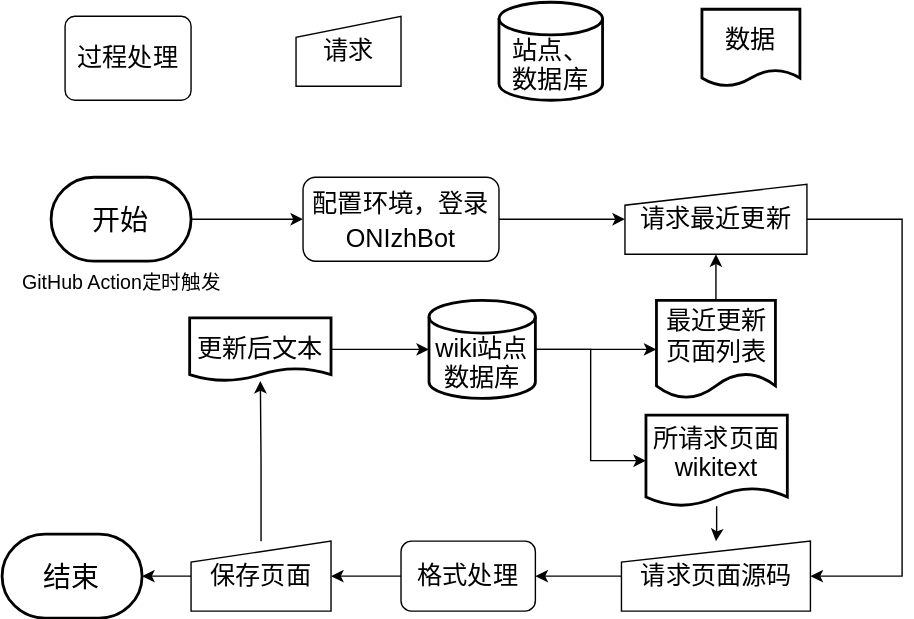
The draw.io diagram workflow_auto-format.drawio.svg in ONI-Wiki-zh/workflow-summary, before a commit. Source tidied: cells renumbered, new cells last; positions are measured from the earlier drawing's top-left corner, leaving out a move shared by most shapes.
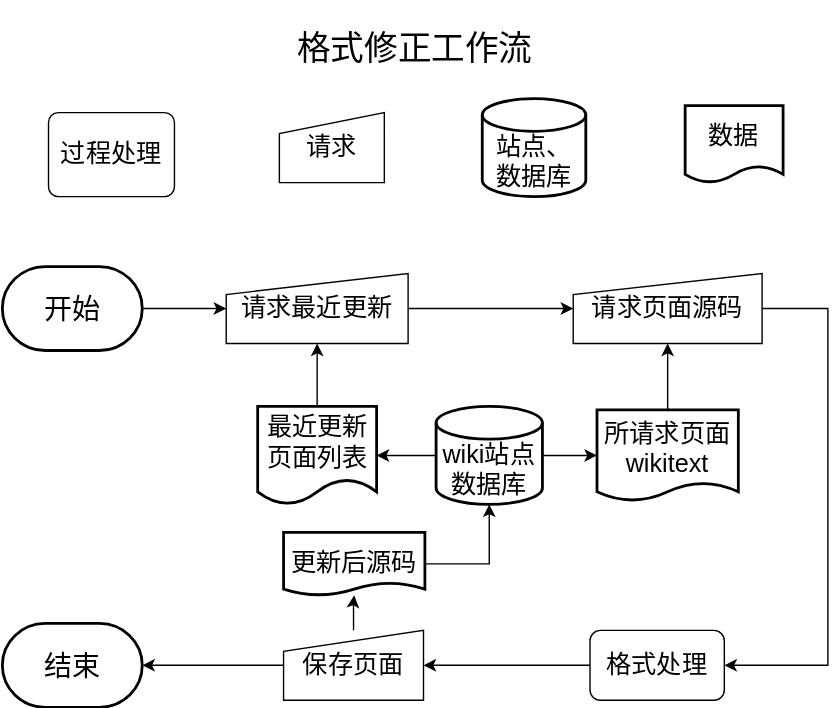
Above is the later version.

Commit message:
update auto-format diagram

Diff of the diagram source:
```diff
@@ -9,68 +9,60 @@
       <mxGeometry relative="1" as="geometry" />
     </mxCell>
     <mxCell id="4" value="&lt;font style=&quot;font-size: 18px;&quot;&gt;wiki站点数据库&lt;/font&gt;" style="strokeWidth=2;html=1;shape=mxgraph.flowchart.database;whiteSpace=wrap;verticalAlign=bottom;" parent="1" vertex="1">
-      <mxGeometry x="305" y="213" width="76" height="70" as="geometry" />
+      <mxGeometry x="320" y="275" width="76" height="70" as="geometry" />
     </mxCell>
-    <mxCell id="5" style="edgeStyle=orthogonalEdgeStyle;rounded=0;jettySize=auto;html=1;" parent="1" edge="1" source="6" target="15">
-      <mxGeometry relative="1" as="geometry" />
-    </mxCell>
+    <mxCell id="30" style="edgeStyle=orthogonalEdgeStyle;rounded=0;jettySize=auto;html=1;" parent="1" edge="1" source="6" target="10">
+      <mxGeometry relative="1" as="geometry" />
+    </mxCell>
     <mxCell id="6" value="开始" style="strokeWidth=2;html=1;shape=mxgraph.flowchart.terminator;whiteSpace=wrap;fontSize=20;" parent="1" vertex="1">
-      <mxGeometry x="35" y="125" width="100" height="60" as="geometry" />
+      <mxGeometry x="10" y="175" width="100" height="60" as="geometry" />
     </mxCell>
     <mxCell id="7" value="&lt;font style=&quot;font-size: 18px;&quot;&gt;过程处理&lt;/font&gt;" style="rounded=1;whiteSpace=wrap;html=1;absoluteArcSize=1;arcSize=14;strokeWidth=1;" parent="1" vertex="1">
-      <mxGeometry x="45" y="10" width="90" height="60" as="geometry" />
+      <mxGeometry x="43" y="65" width="90" height="60" as="geometry" />
     </mxCell>
     <mxCell id="8" value="&lt;font style=&quot;font-size: 18px;&quot;&gt;站点、&lt;br&gt;数据库&lt;/font&gt;" style="strokeWidth=2;html=1;shape=mxgraph.flowchart.database;whiteSpace=wrap;verticalAlign=bottom;labelPosition=center;verticalLabelPosition=middle;align=center;" parent="1" vertex="1">
-      <mxGeometry x="355" width="74" height="70" as="geometry" />
+      <mxGeometry x="353" y="55" width="74" height="70" as="geometry" />
     </mxCell>
     <mxCell id="9" style="edgeStyle=orthogonalEdgeStyle;rounded=0;jettySize=auto;html=1;" parent="1" edge="1" source="10" target="17">
-      <mxGeometry relative="1" as="geometry">
-        <Array as="points">
-          <mxPoint x="643" y="155" />
-        </Array>
-      </mxGeometry>
+      <mxGeometry relative="1" as="geometry" />
     </mxCell>
     <mxCell id="10" value="&lt;font style=&quot;font-size: 18px;&quot;&gt;请求最近更新&lt;/font&gt;" style="shape=manualInput;whiteSpace=wrap;html=1;dashed=0;size=15;" parent="1" vertex="1">
-      <mxGeometry x="445" y="130" width="130" height="50" as="geometry" />
+      <mxGeometry x="170" y="180" width="130" height="50" as="geometry" />
     </mxCell>
-    <mxCell id="11" style="edgeStyle=orthogonalEdgeStyle;rounded=0;jettySize=auto;html=1;" parent="1" edge="1" source="12" target="10">
+    <mxCell id="11" style="edgeStyle=orthogonalEdgeStyle;rounded=0;jettySize=auto;html=1;entryX=0.5;entryY=1;entryDx=0;entryDy=0;" parent="1" edge="1" source="12" target="10">
       <mxGeometry relative="1" as="geometry" />
     </mxCell>
     <mxCell id="12" value="&lt;font style=&quot;font-size: 18px;&quot;&gt;最近更新页面列表&lt;/font&gt;" style="shape=document;whiteSpace=wrap;html=1;boundedLbl=1;strokeWidth=2;size=0.2571428571428571;" parent="1" vertex="1">
-      <mxGeometry x="467.5" y="213" width="85" height="70" as="geometry" />
+      <mxGeometry x="192.5" y="275" width="85" height="70" as="geometry" />
     </mxCell>
-    <mxCell id="13" value="&lt;font style=&quot;font-size: 14px;&quot;&gt;GitHub Action定时触发&lt;/font&gt;" style="text;html=1;align=center;verticalAlign=middle;strokeColor=none;fillColor=none;" parent="1" vertex="1">
-      <mxGeometry y="185" width="170" height="30" as="geometry" />
-    </mxCell>
-    <mxCell id="14" style="edgeStyle=orthogonalEdgeStyle;rounded=0;jettySize=auto;html=1;" parent="1" edge="1" source="15" target="10">
-      <mxGeometry relative="1" as="geometry" />
-    </mxCell>
-    <mxCell id="15" value="&lt;font style=&quot;font-size: 18px;&quot;&gt;配置环境，登录ONIzhBot&lt;/font&gt;" style="rounded=1;whiteSpace=wrap;html=1;fontSize=20;strokeWidth=1;" parent="1" vertex="1">
-      <mxGeometry x="215" y="125" width="140" height="60" as="geometry" />
-    </mxCell>
-    <mxCell id="16" style="edgeStyle=orthogonalEdgeStyle;rounded=0;jettySize=auto;html=1;" parent="1" edge="1" source="17" target="22">
-      <mxGeometry relative="1" as="geometry" />
+    <mxCell id="16" style="edgeStyle=orthogonalEdgeStyle;rounded=0;jettySize=auto;html=1;entryX=1;entryY=0.5;entryDx=0;entryDy=0;" parent="1" edge="1" source="17" target="22">
+      <mxGeometry relative="1" as="geometry">
+        <Array as="points">
+          <mxPoint x="600" y="205" />
+          <mxPoint x="600" y="460" />
+        </Array>
+      </mxGeometry>
     </mxCell>
     <mxCell id="17" value="&lt;font style=&quot;font-size: 18px;&quot;&gt;请求页面源码&lt;/font&gt;" style="shape=manualInput;whiteSpace=wrap;html=1;dashed=0;size=15;" parent="1" vertex="1">
-      <mxGeometry x="442.5" y="385" width="135" height="50" as="geometry" />
+      <mxGeometry x="418" y="180" width="135" height="50" as="geometry" />
     </mxCell>
-    <mxCell id="18" style="edgeStyle=orthogonalEdgeStyle;rounded=0;jettySize=auto;html=1;entryX=0.5;entryY=0;entryDx=0;entryDy=0;" parent="1" edge="1" source="19" target="17">
+    <mxCell id="18" style="edgeStyle=orthogonalEdgeStyle;rounded=0;jettySize=auto;html=1;" parent="1" edge="1" source="19" target="17">
       <mxGeometry relative="1" as="geometry" />
     </mxCell>
     <mxCell id="19" value="&lt;font style=&quot;font-size: 18px;&quot;&gt;所请求页面wikitext&lt;/font&gt;" style="shape=document;whiteSpace=wrap;html=1;boundedLbl=1;verticalAlign=bottom;strokeWidth=2;size=0.2;" parent="1" vertex="1">
-      <mxGeometry x="460" y="295" width="101" height="65" as="geometry" />
+      <mxGeometry x="435" y="277.5" width="101" height="65" as="geometry" />
     </mxCell>
     <mxCell id="20" value="&lt;font size=&quot;4&quot;&gt;数据&lt;/font&gt;" style="shape=document;whiteSpace=wrap;html=1;boundedLbl=1;strokeWidth=2;size=0.21428571428571427;" parent="1" vertex="1">
-      <mxGeometry x="500" y="5" width="70" height="55" as="geometry" />
+      <mxGeometry x="498" y="60" width="70" height="55" as="geometry" />
     </mxCell>
     <mxCell id="21" style="edgeStyle=orthogonalEdgeStyle;rounded=0;jettySize=auto;html=1;" parent="1" edge="1" source="22" target="26">
       <mxGeometry relative="1" as="geometry" />
     </mxCell>
     <mxCell id="22" value="&lt;font style=&quot;font-size: 18px;&quot;&gt;格式处理&lt;/font&gt;" style="rounded=1;whiteSpace=wrap;html=1;dashed=0;" parent="1" vertex="1">
-      <mxGeometry x="285" y="385" width="96" height="50" as="geometry" />
+      <mxGeometry x="430" y="435" width="96" height="50" as="geometry" />
     </mxCell>
     <mxCell id="23" value="&lt;font size=&quot;4&quot;&gt;请求&lt;/font&gt;" style="shape=manualInput;whiteSpace=wrap;html=1;dashed=0;size=15;" parent="1" vertex="1">
-      <mxGeometry x="210" y="10" width="75" height="50" as="geometry" />
+      <mxGeometry x="208" y="65" width="75" height="50" as="geometry" />
     </mxCell>
     <mxCell id="24" style="edgeStyle=orthogonalEdgeStyle;rounded=0;jettySize=auto;html=1;" parent="1" edge="1" source="26" target="28">
       <mxGeometry relative="1" as="geometry" />
@@ -79,16 +71,19 @@
       <mxGeometry relative="1" as="geometry" />
     </mxCell>
     <mxCell id="26" value="&lt;font size=&quot;4&quot;&gt;保存页面&lt;/font&gt;" style="shape=manualInput;whiteSpace=wrap;html=1;dashed=0;size=15;" parent="1" vertex="1">
-      <mxGeometry x="135" y="385" width="100" height="50" as="geometry" />
+      <mxGeometry x="211" y="435" width="100" height="50" as="geometry" />
     </mxCell>
     <mxCell id="27" style="edgeStyle=orthogonalEdgeStyle;rounded=0;jettySize=auto;html=1;" parent="1" edge="1" source="28" target="4">
       <mxGeometry relative="1" as="geometry" />
     </mxCell>
-    <mxCell id="28" value="&lt;font size=&quot;4&quot;&gt;更新后文本&lt;/font&gt;" style="shape=document;whiteSpace=wrap;html=1;boundedLbl=1;verticalAlign=bottom;strokeWidth=2;size=0.2;" parent="1" vertex="1">
-      <mxGeometry x="134" y="225.5" width="101" height="45" as="geometry" />
+    <mxCell id="28" value="&lt;font size=&quot;4&quot;&gt;更新后源码&lt;/font&gt;" style="shape=document;whiteSpace=wrap;html=1;boundedLbl=1;verticalAlign=bottom;strokeWidth=2;size=0.2;" parent="1" vertex="1">
+      <mxGeometry x="211" y="365" width="101" height="45" as="geometry" />
     </mxCell>
     <mxCell id="29" value="结束" style="strokeWidth=2;html=1;shape=mxgraph.flowchart.terminator;whiteSpace=wrap;fontSize=20;" parent="1" vertex="1">
-      <mxGeometry y="380" width="100" height="60" as="geometry" />
+      <mxGeometry x="10" y="430" width="100" height="60" as="geometry" />
     </mxCell>
+    <mxCell id="31" value="&lt;font style=&quot;font-size: 24px;&quot;&gt;格式修正工作流&lt;/font&gt;" style="text;html=1;strokeColor=none;fillColor=none;align=center;verticalAlign=middle;whiteSpace=wrap;rounded=0;" parent="1" vertex="1">
+      <mxGeometry x="210" y="-15" width="190" height="70" as="geometry" />
+    </mxCell>
   </root>
 </mxGraphModel>
```
